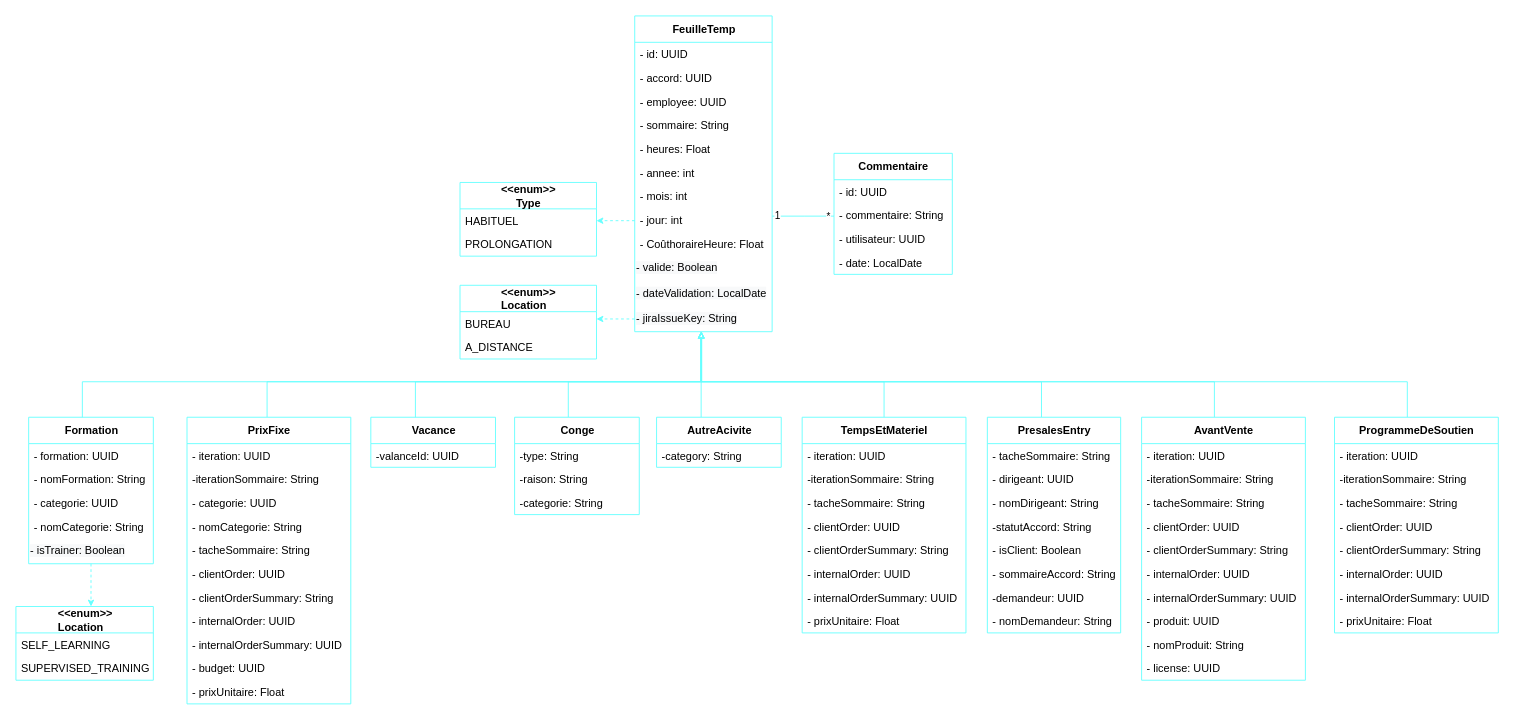
ZidiMedAmine/UML keeps this draw.io diagram as Timesheet/Timesheet_Fr_DiagrammeClasse.drawio. Above is the earlier version. Source tidied: cells renumbered, new cells numbered last; positions are measured from the earlier drawing's top-left corner, leaving out a move shared by most shapes. Both pictures are drawn from the tidied source at 91%, with x=0, y=0 at pixel (15, 15).
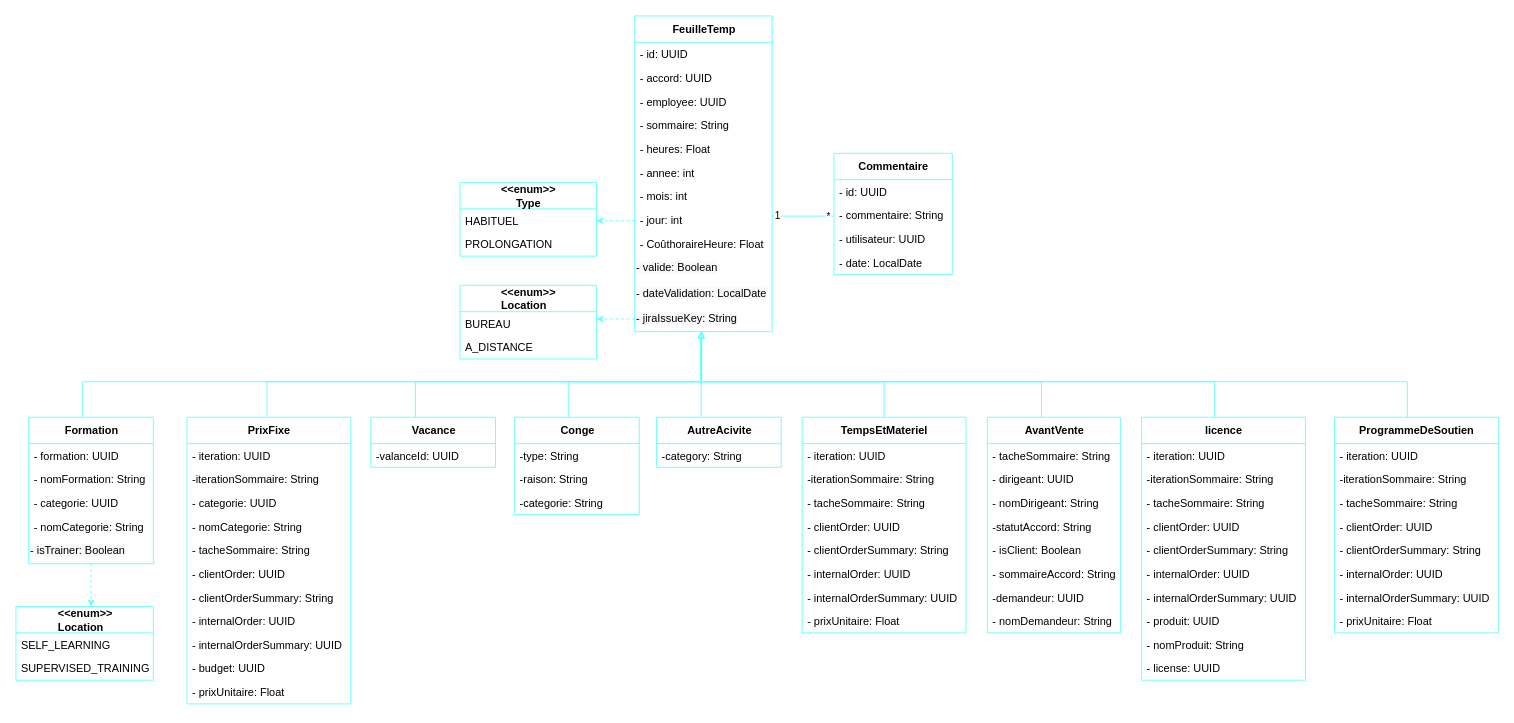
The same page after the edit.

Commit message:
Mettre à jour Timesheet_Fr_DiagrammeClasse.drawio

Diff of the diagram source:
```diff
@@
-    <mxCell id="74" value="&lt;div style=&quot;text-align: left&quot;&gt;&lt;b&gt;PresalesEntry&lt;/b&gt;&lt;br&gt;&lt;/div&gt;" style="swimlane;fontStyle=0;align=center;verticalAlign=middle;horizontal=1;startSize=29;html=1;fontSize=12;labelPosition=center;verticalLabelPosition=middle;swimlaneLine=1;rounded=0;shadow=0;glass=0;sketch=0;perimeterSpacing=0;strokeColor=#66FFFF;" parent="1" vertex="1">
+    <mxCell id="74" value="&lt;div style=&quot;text-align: left&quot;&gt;&lt;b style=&quot;text-align: center;&quot;&gt;AvantVente&lt;/b&gt;&lt;br&gt;&lt;/div&gt;" style="swimlane;fontStyle=0;align=center;verticalAlign=middle;horizontal=1;startSize=29;html=1;fontSize=12;labelPosition=center;verticalLabelPosition=middle;swimlaneLine=1;rounded=0;shadow=0;glass=0;sketch=0;perimeterSpacing=0;strokeColor=#66FFFF;" parent="1" vertex="1">
       <mxGeometry x="1067.5" y="441" width="146.5" height="237" as="geometry" />
     </mxCell>
@@
-    <mxCell id="84" value="&lt;b&gt;AvantVente&lt;/b&gt;" style="swimlane;fontStyle=0;align=center;verticalAlign=middle;horizontal=1;startSize=29;html=1;fontSize=12;labelPosition=center;verticalLabelPosition=middle;swimlaneLine=1;rounded=0;shadow=0;glass=0;sketch=0;perimeterSpacing=0;strokeColor=#66FFFF;" parent="1" vertex="1">
+    <mxCell id="84" value="&lt;b&gt;licence&lt;/b&gt;" style="swimlane;fontStyle=0;align=center;verticalAlign=middle;horizontal=1;startSize=29;html=1;fontSize=12;labelPosition=center;verticalLabelPosition=middle;swimlaneLine=1;rounded=0;shadow=0;glass=0;sketch=0;perimeterSpacing=0;strokeColor=#66FFFF;" parent="1" vertex="1">
       <mxGeometry x="1237" y="441" width="180" height="289" as="geometry" />
     </mxCell>
```
